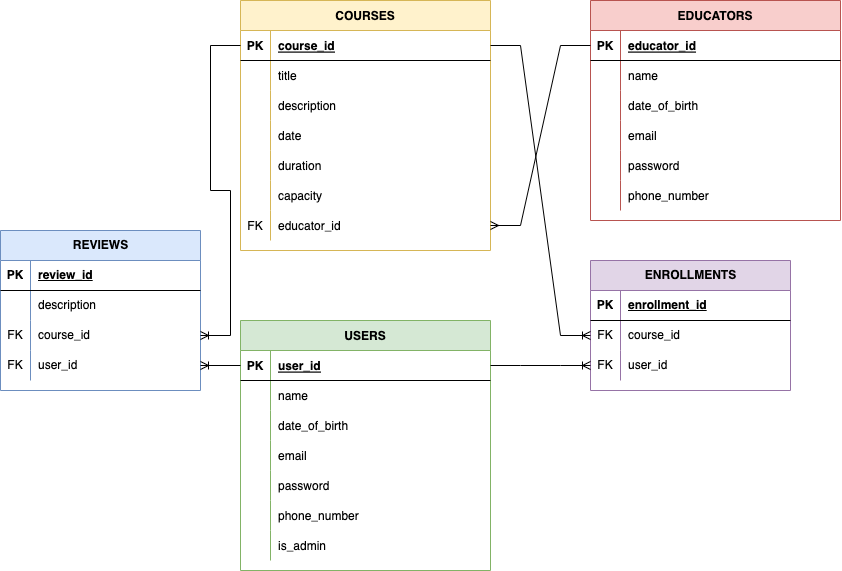
Above: docs/images/erd.png in derdriu-mcateer/DerdriuMcAteer_T2A2 (draw.io), before the change. Source tidied: cells renumbered, new cells last; positions are measured from the earlier drawing's top-left corner, leaving out a move shared by most shapes.
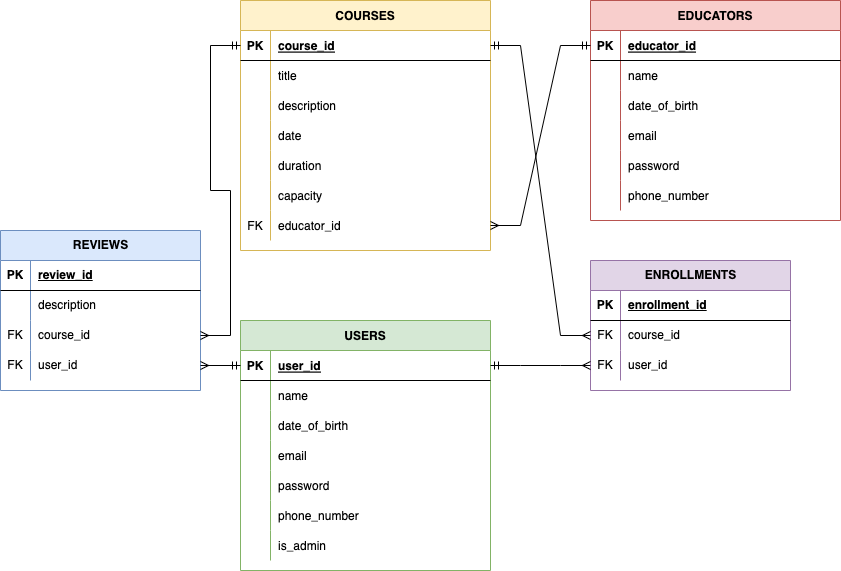
After the commit.

What changed in the source:
```diff
@@ -260,19 +260,21 @@
     <mxCell id="87" value="user_id" style="shape=partialRectangle;fillColor=none;top=0;left=0;bottom=0;right=0;align=left;spacingLeft=6;overflow=hidden;whiteSpace=wrap;html=1;" parent="85" vertex="1">
       <mxGeometry x="30" width="170" height="30" as="geometry" />
     </mxCell>
-    <mxCell id="88" style="edgeStyle=entityRelationEdgeStyle;fontSize=12;html=1;endArrow=ERoneToMany;rounded=0;entryX=1;entryY=0.5;entryDx=0;entryDy=0;" parent="1" edge="1" source="25" target="75">
+    <mxCell id="88" style="edgeStyle=entityRelationEdgeStyle;fontSize=12;html=1;endArrow=ERmany;rounded=0;entryX=1;entryY=0.5;entryDx=0;entryDy=0;endFill=0;startArrow=ERmandOne;startFill=0;" parent="1" edge="1" source="25" target="75">
       <mxGeometry relative="1" as="geometry" />
     </mxCell>
-    <mxCell id="89" style="edgeStyle=entityRelationEdgeStyle;fontSize=12;html=1;endArrow=ERoneToMany;rounded=0;exitX=0;exitY=0.5;exitDx=0;exitDy=0;entryX=1;entryY=0.5;entryDx=0;entryDy=0;" parent="1" edge="1" source="3" target="72">
+    <mxCell id="89" style="edgeStyle=entityRelationEdgeStyle;fontSize=12;html=1;endArrow=ERmany;rounded=0;exitX=0;exitY=0.5;exitDx=0;exitDy=0;entryX=1;entryY=0.5;entryDx=0;entryDy=0;endFill=0;startArrow=ERmandOne;startFill=0;" parent="1" edge="1" source="3" target="72">
       <mxGeometry relative="1" as="geometry" />
     </mxCell>
-    <mxCell id="90" style="edgeStyle=entityRelationEdgeStyle;fontSize=12;html=1;endArrow=ERoneToMany;rounded=0;exitX=1;exitY=0.5;exitDx=0;exitDy=0;entryX=0;entryY=0.5;entryDx=0;entryDy=0;" parent="1" edge="1" source="25" target="85">
-      <mxGeometry relative="1" as="geometry" />
+    <mxCell id="90" style="edgeStyle=entityRelationEdgeStyle;fontSize=12;html=1;endArrow=ERmany;rounded=0;exitX=1;exitY=0.5;exitDx=0;exitDy=0;endFill=0;startArrow=ERmandOne;startFill=0;" parent="1" edge="1" source="25">
+      <mxGeometry relative="1" as="geometry">
+        <mxPoint x="590" y="365" as="targetPoint" />
+      </mxGeometry>
     </mxCell>
-    <mxCell id="91" style="edgeStyle=entityRelationEdgeStyle;fontSize=12;html=1;endArrow=ERoneToMany;rounded=0;exitX=1;exitY=0.5;exitDx=0;exitDy=0;entryX=0;entryY=0.5;entryDx=0;entryDy=0;" parent="1" edge="1" source="3" target="82">
+    <mxCell id="91" style="edgeStyle=entityRelationEdgeStyle;fontSize=12;html=1;endArrow=ERmany;rounded=0;exitX=1;exitY=0.5;exitDx=0;exitDy=0;entryX=0;entryY=0.5;entryDx=0;entryDy=0;endFill=0;startArrow=ERmandOne;startFill=0;" parent="1" edge="1" source="3" target="82">
       <mxGeometry relative="1" as="geometry" />
     </mxCell>
-    <mxCell id="92" style="edgeStyle=entityRelationEdgeStyle;fontSize=12;html=1;endArrow=ERmany;rounded=0;entryX=1;entryY=0.5;entryDx=0;entryDy=0;" parent="1" edge="1" source="47" target="21">
+    <mxCell id="92" style="edgeStyle=entityRelationEdgeStyle;fontSize=12;html=1;endArrow=ERmany;rounded=0;entryX=1;entryY=0.5;entryDx=0;entryDy=0;startArrow=ERmandOne;startFill=0;" parent="1" edge="1" source="47" target="21">
       <mxGeometry relative="1" as="geometry" />
     </mxCell>
   </root>
```
